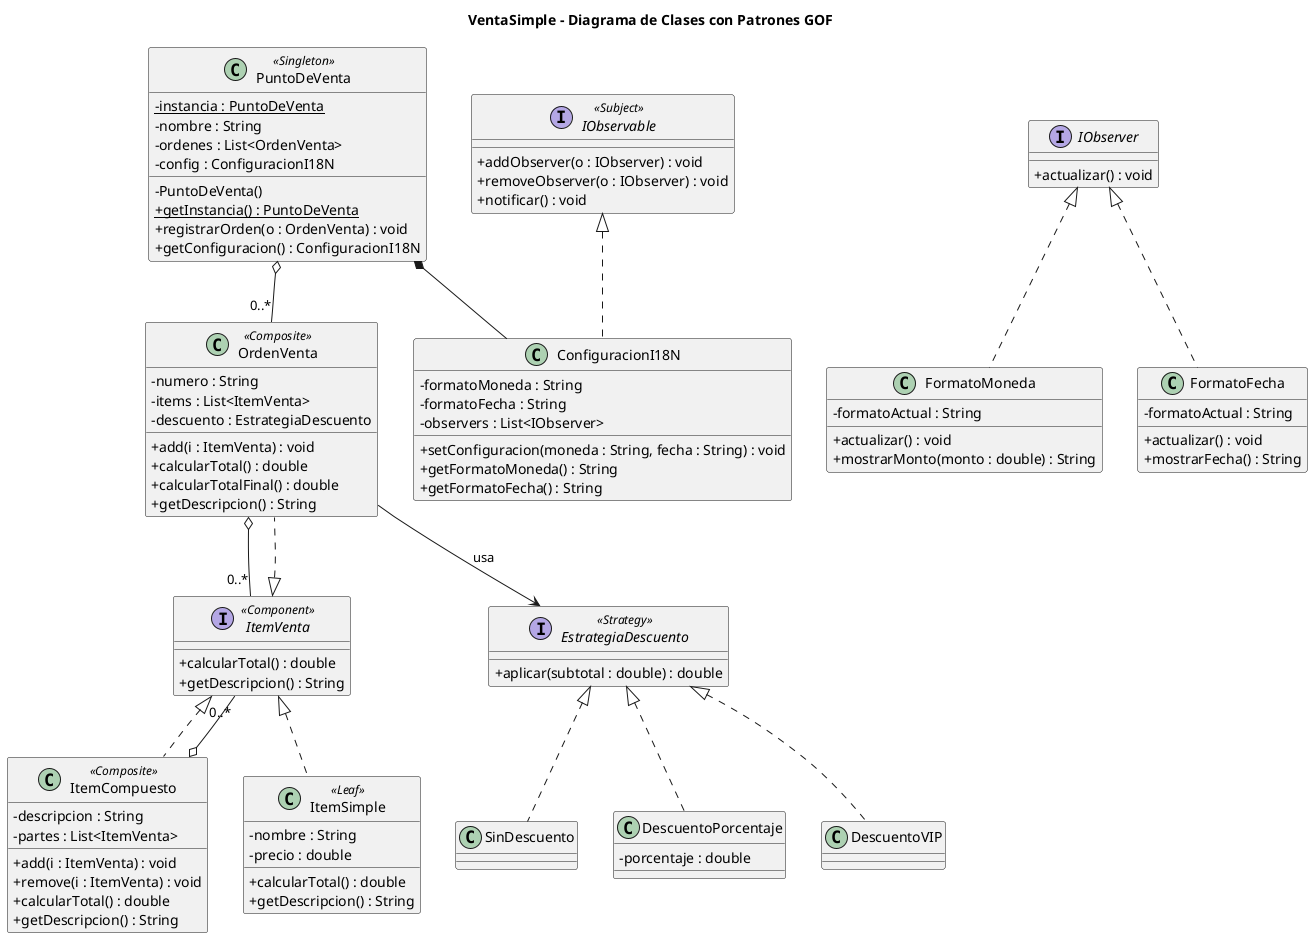
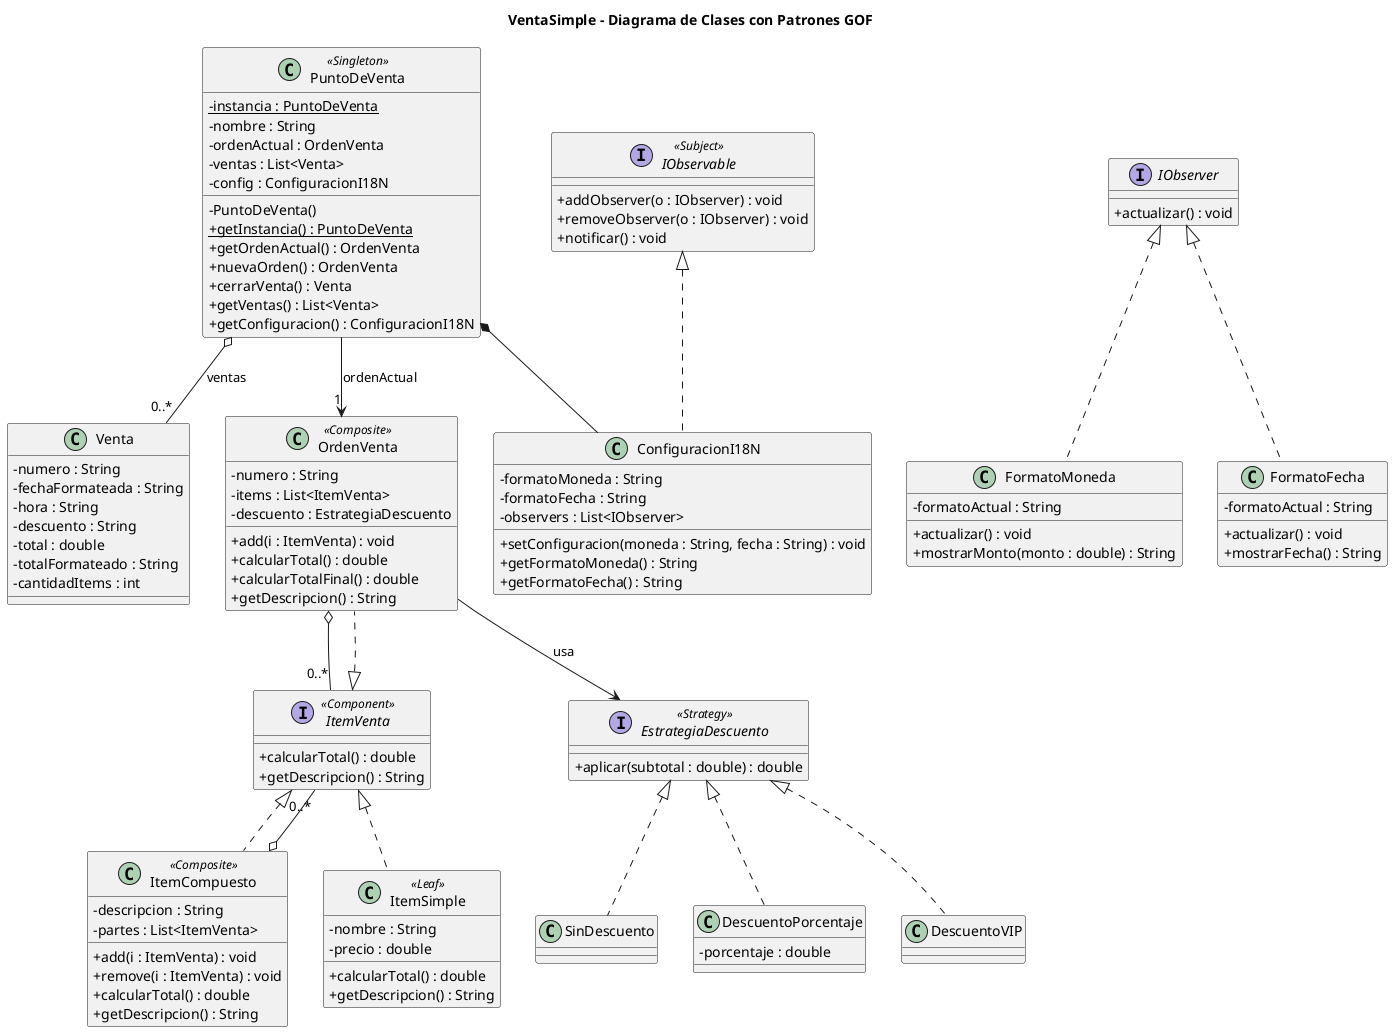
@startuml VentaSimple-Clases
title VentaSimple - Diagrama de Clases con Patrones GOF
skinparam classAttributeIconSize 0

' ===================== SINGLETON =====================
class PuntoDeVenta <<Singleton>> {
  - {static} instancia : PuntoDeVenta
  - nombre : String
-   - ordenes : List<OrdenVenta>
+   - ordenActual : OrdenVenta
+   - ventas : List<Venta>
  - config : ConfiguracionI18N
  - PuntoDeVenta()
  + {static} getInstancia() : PuntoDeVenta
-   + registrarOrden(o : OrdenVenta) : void
+   + getOrdenActual() : OrdenVenta
+   + nuevaOrden() : OrdenVenta
+   + cerrarVenta() : Venta
+   + getVentas() : List<Venta>
  + getConfiguracion() : ConfiguracionI18N
+ }
+ 
+ class Venta {
+   - numero : String
+   - fechaFormateada : String
+   - hora : String
+   - descuento : String
+   - total : double
+   - totalFormateado : String
+   - cantidadItems : int
}

' ===================== COMPOSITE =====================
interface ItemVenta <<Component>> {
  + calcularTotal() : double
  + getDescripcion() : String
}
class OrdenVenta <<Composite>> {
  - numero : String
  - items : List<ItemVenta>
  - descuento : EstrategiaDescuento
  + add(i : ItemVenta) : void
  + calcularTotal() : double
  + calcularTotalFinal() : double
  + getDescripcion() : String
}
class ItemCompuesto <<Composite>> {
  - descripcion : String
  - partes : List<ItemVenta>
  + add(i : ItemVenta) : void
  + remove(i : ItemVenta) : void
  + calcularTotal() : double
  + getDescripcion() : String
}
class ItemSimple <<Leaf>> {
  - nombre : String
  - precio : double
  + calcularTotal() : double
  + getDescripcion() : String
}
ItemVenta <|.. OrdenVenta
ItemVenta <|.. ItemCompuesto
ItemVenta <|.. ItemSimple
OrdenVenta o-- "0..*" ItemVenta
ItemCompuesto o-- "0..*" ItemVenta

' ===================== STRATEGY =====================
interface EstrategiaDescuento <<Strategy>> {
  + aplicar(subtotal : double) : double
}
class SinDescuento
class DescuentoPorcentaje {
  - porcentaje : double
}
class DescuentoVIP
EstrategiaDescuento <|.. SinDescuento
EstrategiaDescuento <|.. DescuentoPorcentaje
EstrategiaDescuento <|.. DescuentoVIP
OrdenVenta --> EstrategiaDescuento : usa

' ===================== OBSERVER =====================
interface IObservable <<Subject>> {
  + addObserver(o : IObserver) : void
  + removeObserver(o : IObserver) : void
  + notificar() : void
}
interface IObserver {
  + actualizar() : void
}
class ConfiguracionI18N {
  - formatoMoneda : String
  - formatoFecha : String
  - observers : List<IObserver>
  + setConfiguracion(moneda : String, fecha : String) : void
  + getFormatoMoneda() : String
  + getFormatoFecha() : String
}
class FormatoMoneda {
  - formatoActual : String
  + actualizar() : void
  + mostrarMonto(monto : double) : String
}
class FormatoFecha {
  - formatoActual : String
  + actualizar() : void
  + mostrarFecha() : String
}
IObservable <|.. ConfiguracionI18N
IObserver <|.. FormatoMoneda
IObserver <|.. FormatoFecha

' ===================== RELACIONES GLOBALES =====================
- PuntoDeVenta o-- "0..*" OrdenVenta
+ PuntoDeVenta --> "1" OrdenVenta : ordenActual
+ PuntoDeVenta o-- "0..*" Venta : ventas
PuntoDeVenta *-- ConfiguracionI18N
@enduml
